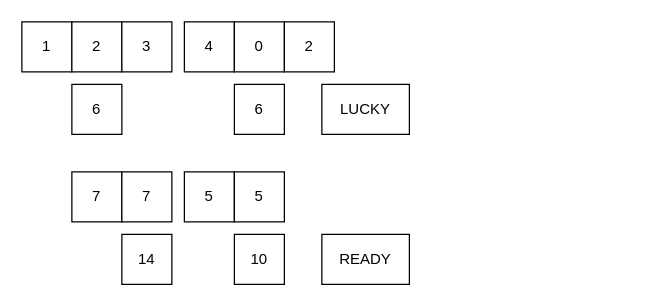
This is chapter12/1.러키 스트레이트/drawio.drawio from TaegyuHan/SCH_Algorithms, a draw.io file, before an edit. Source tidied: cells renumbered, new cells numbered last; positions are measured from the earlier drawing's top-left corner, leaving out a move shared by most shapes. Both pictures are drawn from the tidied source at 125%, with x=0, y=0 at pixel (21, 21).
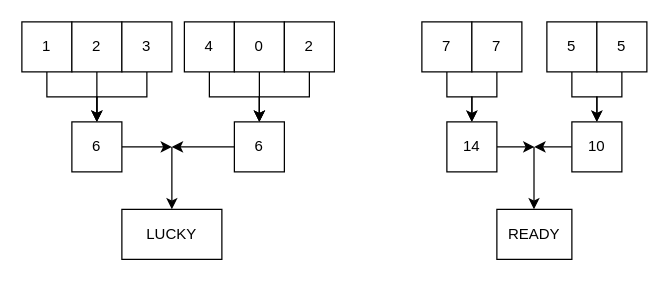
Above is the later version.

The change refers to these unchanged cells:
```xml
<mxCell id="2" value="1" style="rounded=0;whiteSpace=wrap;html=1;" parent="1" vertex="1">
  <mxGeometry width="40" height="40" as="geometry" />
</mxCell>
<mxCell id="3" value="2" style="rounded=0;whiteSpace=wrap;html=1;" parent="1" vertex="1">
  <mxGeometry x="40" width="40" height="40" as="geometry" />
</mxCell>
<mxCell id="4" value="3" style="rounded=0;whiteSpace=wrap;html=1;" parent="1" vertex="1">
  <mxGeometry x="80" width="40" height="40" as="geometry" />
</mxCell>
<mxCell id="5" value="4" style="rounded=0;whiteSpace=wrap;html=1;" parent="1" vertex="1">
  <mxGeometry x="130" width="40" height="40" as="geometry" />
</mxCell>
<mxCell id="6" value="0" style="rounded=0;whiteSpace=wrap;html=1;" parent="1" vertex="1">
  <mxGeometry x="170" width="40" height="40" as="geometry" />
</mxCell>
<mxCell id="7" value="2" style="rounded=0;whiteSpace=wrap;html=1;" parent="1" vertex="1">
  <mxGeometry x="210" width="40" height="40" as="geometry" />
</mxCell>
```

Diff of the diagram source:
```diff
@@
+    <mxCell id="18" style="edgeStyle=orthogonalEdgeStyle;rounded=0;jettySize=auto;html=1;" parent="1" edge="1" source="2" target="12">
+      <mxGeometry relative="1" as="geometry" />
+    </mxCell>
@@
+    <mxCell id="19" style="edgeStyle=orthogonalEdgeStyle;rounded=0;jettySize=auto;html=1;entryX=0.5;entryY=0;entryDx=0;entryDy=0;" parent="1" edge="1" source="3" target="12">
+      <mxGeometry relative="1" as="geometry" />
+    </mxCell>
@@
+    <mxCell id="20" style="edgeStyle=orthogonalEdgeStyle;rounded=0;jettySize=auto;html=1;entryX=0.5;entryY=0;entryDx=0;entryDy=0;" parent="1" edge="1" source="4" target="12">
+      <mxGeometry relative="1" as="geometry" />
+    </mxCell>
@@
+    <mxCell id="21" style="edgeStyle=orthogonalEdgeStyle;rounded=0;jettySize=auto;html=1;" parent="1" edge="1" source="5" target="13">
+      <mxGeometry relative="1" as="geometry" />
+    </mxCell>
@@
+    <mxCell id="22" style="edgeStyle=orthogonalEdgeStyle;rounded=0;jettySize=auto;html=1;entryX=0.5;entryY=0;entryDx=0;entryDy=0;" parent="1" edge="1" source="6" target="13">
+      <mxGeometry relative="1" as="geometry" />
+    </mxCell>
@@
+    <mxCell id="23" style="edgeStyle=orthogonalEdgeStyle;rounded=0;jettySize=auto;html=1;entryX=0.5;entryY=0;entryDx=0;entryDy=0;" parent="1" edge="1" source="7" target="13">
+      <mxGeometry relative="1" as="geometry" />
+    </mxCell>
@@
+    <mxCell id="24" style="edgeStyle=orthogonalEdgeStyle;rounded=0;jettySize=auto;html=1;" parent="1" edge="1" source="8" target="14">
+      <mxGeometry relative="1" as="geometry" />
+    </mxCell>
     <mxCell id="8" value="7" style="rounded=0;whiteSpace=wrap;html=1;" parent="1" vertex="1">
-      <mxGeometry x="40" y="120" width="40" height="40" as="geometry" />
+      <mxGeometry x="320" width="40" height="40" as="geometry" />
     </mxCell>
+    <mxCell id="25" style="edgeStyle=orthogonalEdgeStyle;rounded=0;jettySize=auto;html=1;entryX=0.5;entryY=0;entryDx=0;entryDy=0;" parent="1" edge="1" source="9" target="14">
+      <mxGeometry relative="1" as="geometry" />
+    </mxCell>
     <mxCell id="9" value="7" style="rounded=0;whiteSpace=wrap;html=1;" parent="1" vertex="1">
-      <mxGeometry x="80" y="120" width="40" height="40" as="geometry" />
+      <mxGeometry x="360" width="40" height="40" as="geometry" />
     </mxCell>
+    <mxCell id="26" style="edgeStyle=orthogonalEdgeStyle;rounded=0;jettySize=auto;html=1;entryX=0.5;entryY=0;entryDx=0;entryDy=0;" parent="1" edge="1" source="10" target="15">
+      <mxGeometry relative="1" as="geometry" />
+    </mxCell>
     <mxCell id="10" value="5" style="rounded=0;whiteSpace=wrap;html=1;" parent="1" vertex="1">
-      <mxGeometry x="130" y="120" width="40" height="40" as="geometry" />
+      <mxGeometry x="420" width="40" height="40" as="geometry" />
     </mxCell>
+    <mxCell id="27" style="edgeStyle=orthogonalEdgeStyle;rounded=0;jettySize=auto;html=1;entryX=0.5;entryY=0;entryDx=0;entryDy=0;" parent="1" edge="1" source="11" target="15">
+      <mxGeometry relative="1" as="geometry" />
+    </mxCell>
     <mxCell id="11" value="5" style="rounded=0;whiteSpace=wrap;html=1;" parent="1" vertex="1">
-      <mxGeometry x="170" y="120" width="40" height="40" as="geometry" />
+      <mxGeometry x="460" width="40" height="40" as="geometry" />
     </mxCell>
+    <mxCell id="28" style="edgeStyle=orthogonalEdgeStyle;rounded=0;jettySize=auto;html=1;" parent="1" edge="1" source="12">
+      <mxGeometry relative="1" as="geometry">
+        <mxPoint x="120" y="100" as="targetPoint" />
+      </mxGeometry>
+    </mxCell>
     <mxCell id="12" value="6" style="rounded=0;whiteSpace=wrap;html=1;" parent="1" vertex="1">
-      <mxGeometry x="40" y="50" width="40" height="40" as="geometry" />
+      <mxGeometry x="40" y="80" width="40" height="40" as="geometry" />
     </mxCell>
+    <mxCell id="29" style="edgeStyle=orthogonalEdgeStyle;rounded=0;jettySize=auto;html=1;" parent="1" edge="1" source="13">
+      <mxGeometry relative="1" as="geometry">
+        <mxPoint x="120" y="100" as="targetPoint" />
+      </mxGeometry>
+    </mxCell>
     <mxCell id="13" value="6" style="rounded=0;whiteSpace=wrap;html=1;" parent="1" vertex="1">
-      <mxGeometry x="170" y="50" width="40" height="40" as="geometry" />
+      <mxGeometry x="170" y="80" width="40" height="40" as="geometry" />
     </mxCell>
+    <mxCell id="30" style="edgeStyle=orthogonalEdgeStyle;rounded=0;jettySize=auto;html=1;" parent="1" edge="1" source="14">
+      <mxGeometry relative="1" as="geometry">
+        <mxPoint x="410" y="100" as="targetPoint" />
+      </mxGeometry>
+    </mxCell>
     <mxCell id="14" value="14" style="rounded=0;whiteSpace=wrap;html=1;" parent="1" vertex="1">
-      <mxGeometry x="80" y="170" width="40" height="40" as="geometry" />
+      <mxGeometry x="340" y="80" width="40" height="40" as="geometry" />
     </mxCell>
+    <mxCell id="31" style="edgeStyle=orthogonalEdgeStyle;rounded=0;jettySize=auto;html=1;" parent="1" edge="1" source="15">
+      <mxGeometry relative="1" as="geometry">
+        <mxPoint x="410" y="100" as="targetPoint" />
+      </mxGeometry>
+    </mxCell>
     <mxCell id="15" value="10" style="rounded=0;whiteSpace=wrap;html=1;" parent="1" vertex="1">
-      <mxGeometry x="170" y="170" width="40" height="40" as="geometry" />
+      <mxGeometry x="440" y="80" width="40" height="40" as="geometry" />
     </mxCell>
     <mxCell id="16" value="LUCKY" style="rounded=0;whiteSpace=wrap;html=1;" parent="1" vertex="1">
-      <mxGeometry x="240" y="50" width="70" height="40" as="geometry" />
+      <mxGeometry x="80" y="150" width="80" height="40" as="geometry" />
     </mxCell>
     <mxCell id="17" value="READY" style="rounded=0;whiteSpace=wrap;html=1;" parent="1" vertex="1">
-      <mxGeometry x="240" y="170" width="70" height="40" as="geometry" />
+      <mxGeometry x="380" y="150" width="60" height="40" as="geometry" />
     </mxCell>
+    <mxCell id="32" style="endArrow=classic;html=1;rounded=0;entryX=0.5;entryY=0;entryDx=0;entryDy=0;" parent="1" edge="1" target="16">
+      <mxGeometry relative="1" as="geometry">
+        <mxPoint x="120" y="100" as="sourcePoint" />
+      </mxGeometry>
+    </mxCell>
+    <mxCell id="33" style="endArrow=classic;html=1;rounded=0;entryX=0.5;entryY=0;entryDx=0;entryDy=0;" parent="1" edge="1">
+      <mxGeometry relative="1" as="geometry">
+        <mxPoint x="409.7" y="100" as="sourcePoint" />
+        <mxPoint x="409.7" y="150" as="targetPoint" />
+      </mxGeometry>
+    </mxCell>
```
